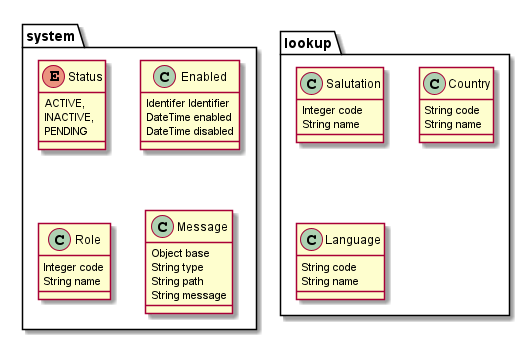
magex9/apis keeps this PlantUML diagram as crm/uml/images/base.png. Above is the earlier version. The source it was exported from:
```plantuml
@startuml

package "system" {
    enum Status {
        ACTIVE,
        INACTIVE,
        PENDING
    }

    class Enabled {
        Identifer Identifier
        DateTime enabled
        DateTime disabled
    }

    class Role {
        Integer code
        String name
    }

    class Message {
        Object base
        String type
        String path
        String message
    }
}

package "lookup" {
    class Salutation {
        Integer code
        String name
    }

    class Country {
        String code
        String name
    }

    class Language {
        String code
        String name
    }
}

@enduml
```
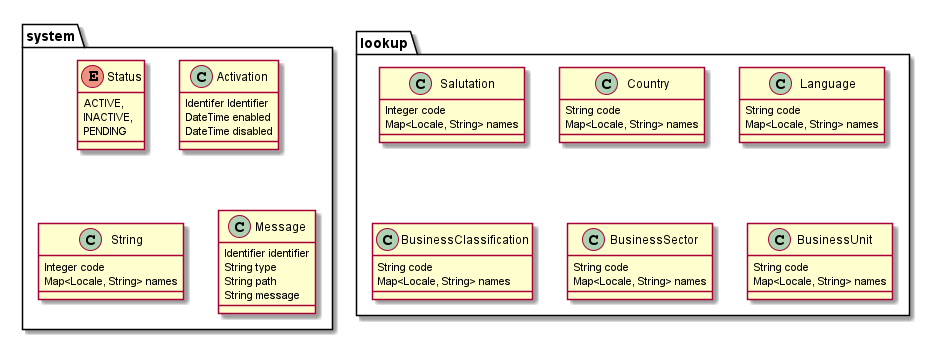
The same file after the commit.

What changed in the source:
```diff
@@ -7,19 +7,19 @@
         PENDING
     }
 
-    class Enabled {
+    class Activation {
         Identifer Identifier
         DateTime enabled
         DateTime disabled
     }
 
-    class Role {
+    class String {
         Integer code
-        String name
+        Map<Locale, String> names
     }
 
     class Message {
-        Object base
+        Identifier identifier
         String type
         String path
         String message
@@ -29,17 +29,32 @@
 package "lookup" {
     class Salutation {
         Integer code
-        String name
+        Map<Locale, String> names
     }
 
     class Country {
         String code
-        String name
+        Map<Locale, String> names
     }
 
     class Language {
         String code
-        String name
+        Map<Locale, String> names
+    }
+
+    class BusinessClassification {
+        String code
+        Map<Locale, String> names
+    }
+
+    class BusinessSector {
+        String code
+        Map<Locale, String> names
+    }
+
+    class BusinessUnit {
+        String code
+        Map<Locale, String> names
     }
 }
 
```
